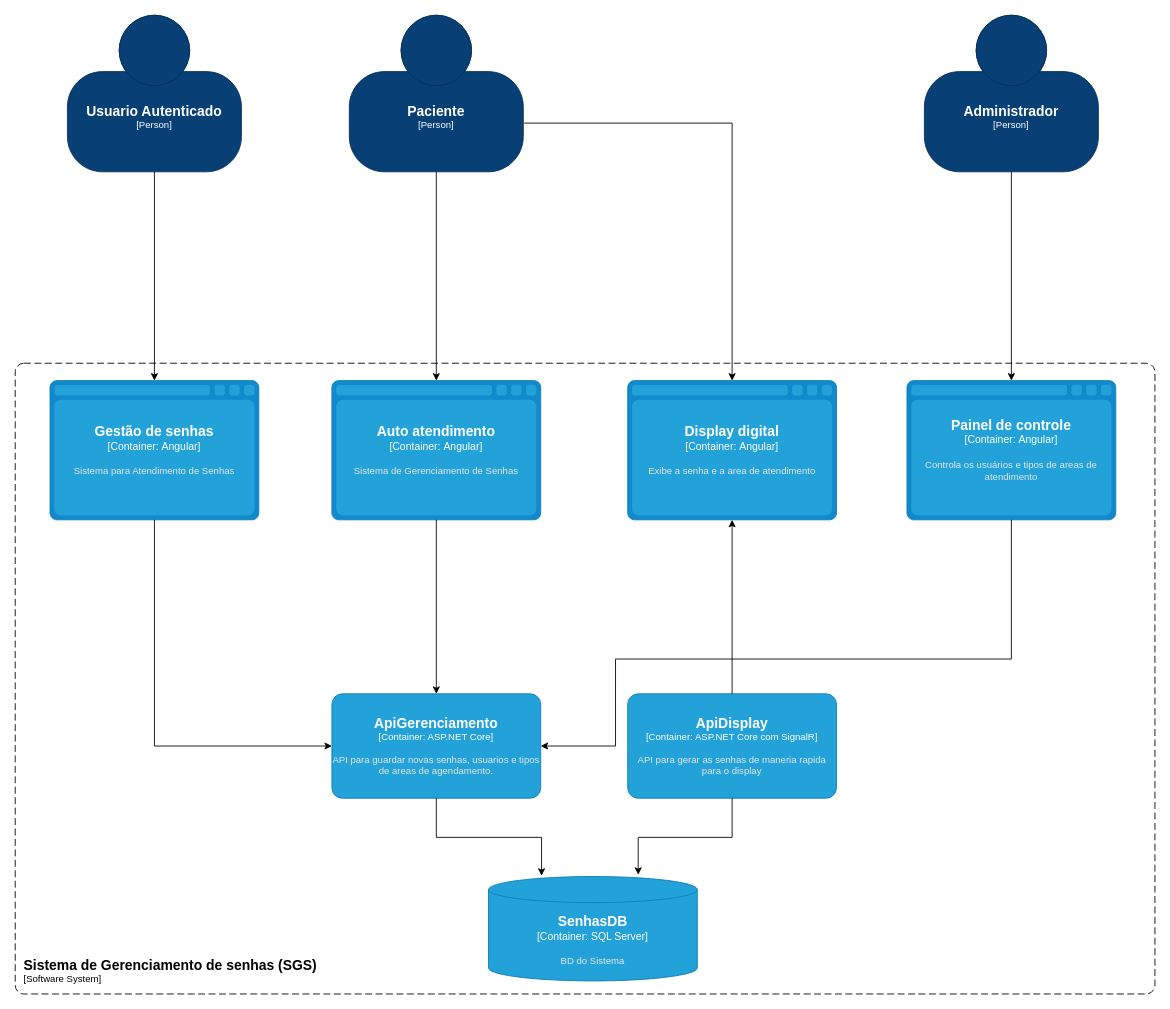
This is Diagrama de Arquitetura de Software.drawio from HugoAndreL/ProjetoFinal-Academia-DotNet2023, a draw.io file, before an edit. Source tidied: cells renumbered, new cells numbered last; positions are measured from the earlier drawing's top-left corner, leaving out a move shared by most shapes. Both pictures are drawn from the tidied source at 87%, with x=0, y=0 at pixel (15, 15).
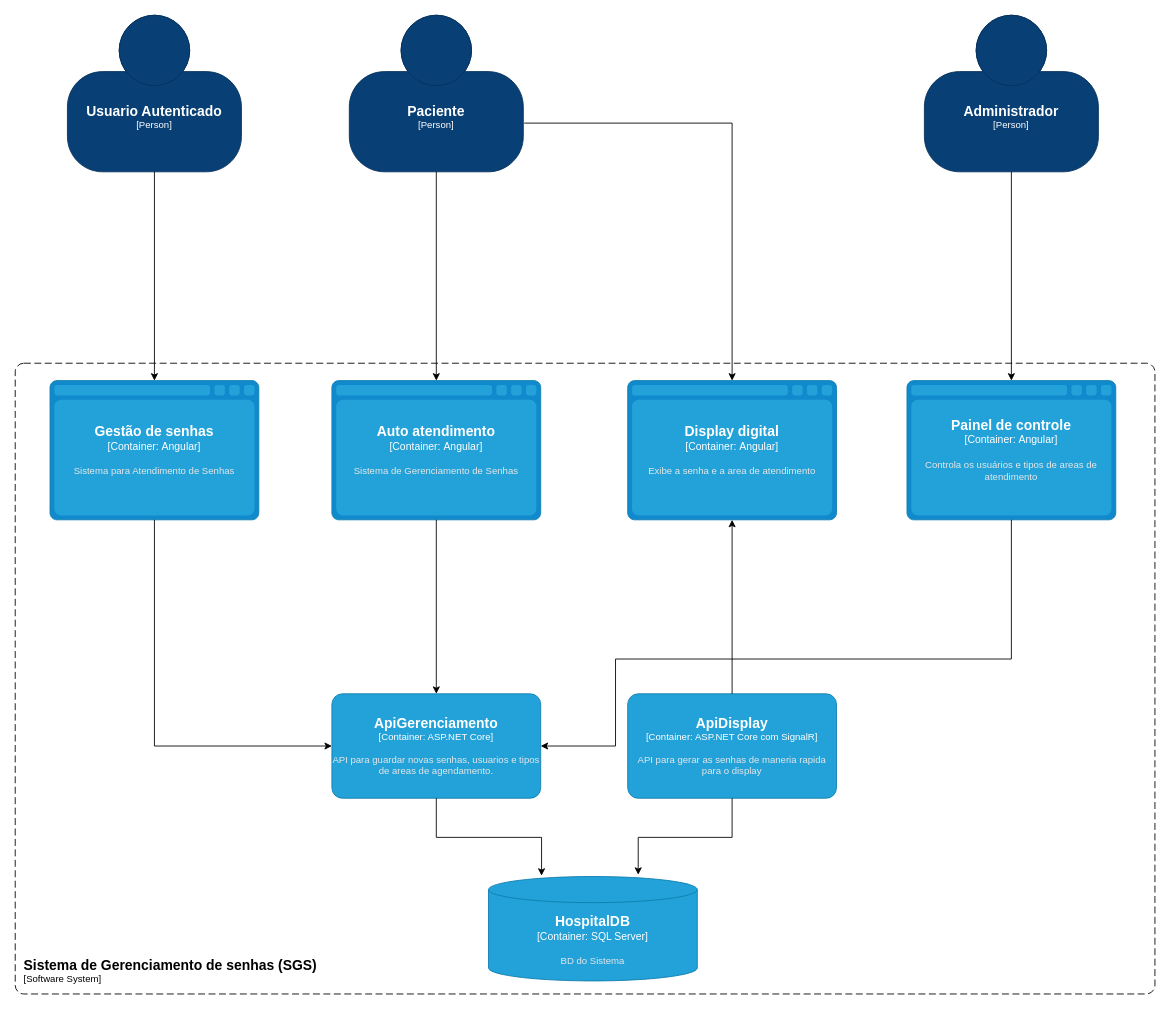
After the change.

Commit message:
Atualizando o Diagrama de Arquitetura de Software

Change to the diagram source:
```diff
@@
-    <object id="19" label="&lt;font style=&quot;font-size: 16px&quot;&gt;&lt;b&gt;%c4Type%&lt;/b&gt;&lt;/font&gt;&lt;div&gt;[%c4Container%:&amp;nbsp;%c4Technology%]&lt;/div&gt;&lt;br&gt;&lt;div&gt;&lt;font style=&quot;font-size: 11px&quot;&gt;&lt;font color=&quot;#E6E6E6&quot;&gt;%c4Description%&lt;/font&gt;&lt;/div&gt;" c4Container="Container" c4Description="BD do Sistema" c4Technology="SQL Server" c4Type="SenhasDB" placeholders="1">
+    <object id="19" label="&lt;font style=&quot;font-size: 16px&quot;&gt;&lt;b&gt;%c4Type%&lt;/b&gt;&lt;/font&gt;&lt;div&gt;[%c4Container%:&amp;nbsp;%c4Technology%]&lt;/div&gt;&lt;br&gt;&lt;div&gt;&lt;font style=&quot;font-size: 11px&quot;&gt;&lt;font color=&quot;#E6E6E6&quot;&gt;%c4Description%&lt;/font&gt;&lt;/div&gt;" c4Container="Container" c4Description="BD do Sistema" c4Technology="SQL Server" c4Type="HospitalDB" placeholders="1">
       <mxCell style="shape=cylinder3;size=15;whiteSpace=wrap;html=1;boundedLbl=1;rounded=0;labelBackgroundColor=none;fillColor=#23A2D9;fontSize=12;fontColor=#ffffff;align=center;strokeColor=#0E7DAD;points=[[0.5,0,0],[1,0.25,0],[1,0.5,0],[1,0.75,0],[0.5,1,0],[0,0.75,0],[0,0.5,0],[0,0.25,0]];" parent="1" vertex="1">
         <mxGeometry x="544" y="990" width="240" height="120" as="geometry" />
       </mxCell>
     </object>
```
